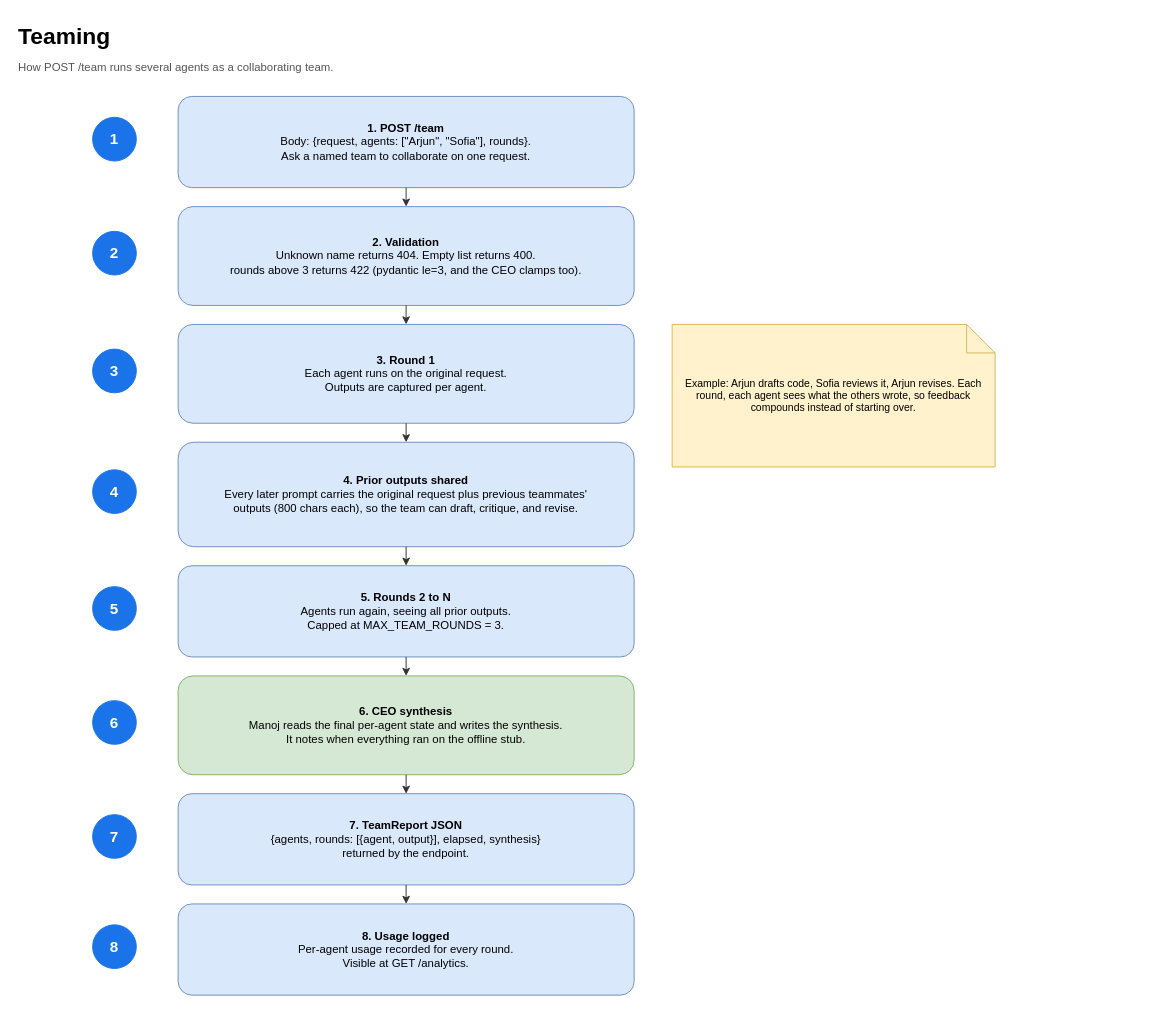
kagithamanoj/botropolis keeps this draw.io diagram as page "Teaming" (3 of 4) of docs/architecture.drawio. Above is the earlier version. Source tidied: cells renumbered, new cells numbered last; positions are measured from the earlier drawing's top-left corner, leaving out a move shared by most shapes. Both pictures are drawn from the tidied source at 95%, with x=0, y=0 at pixel (16, 16).
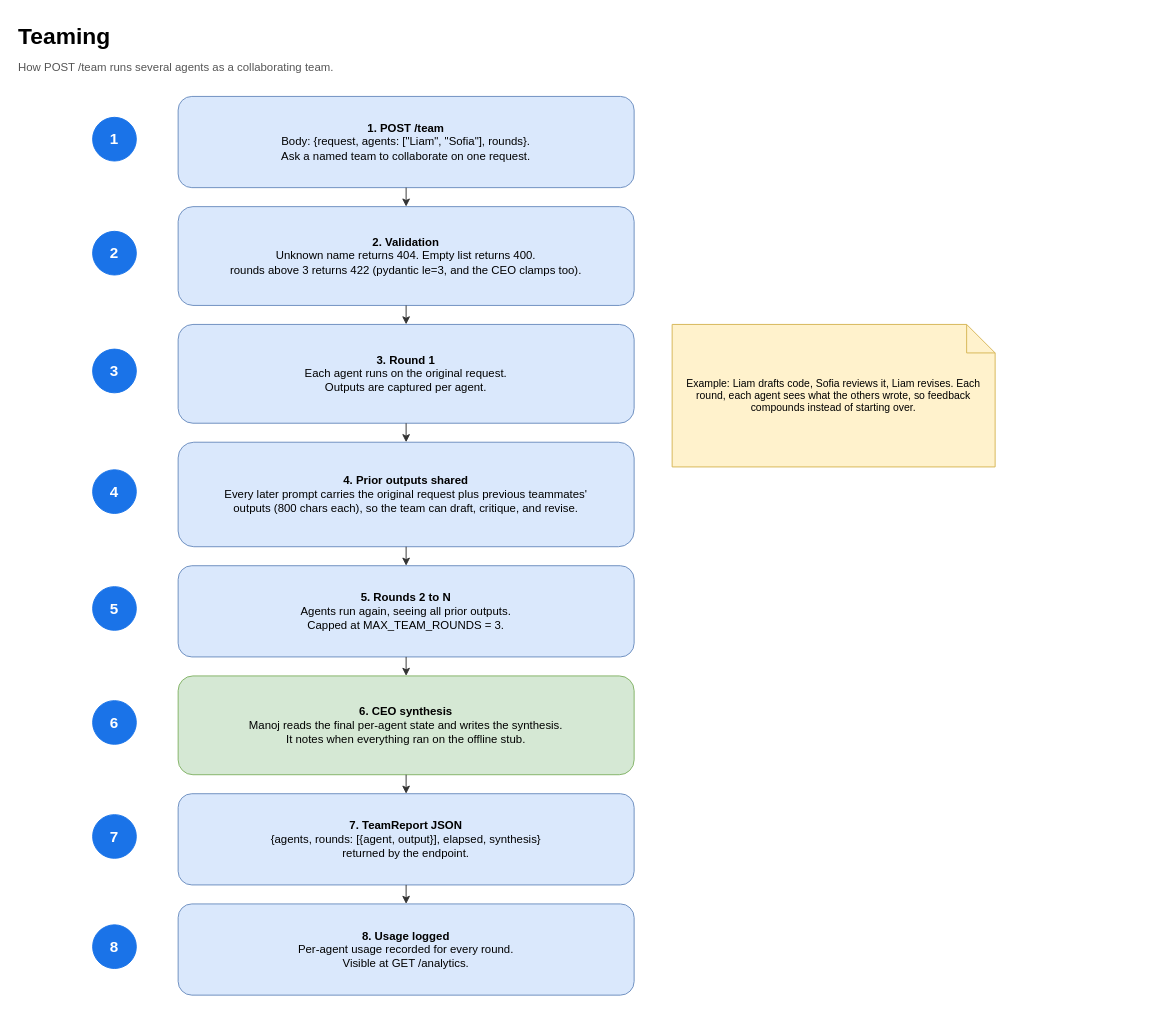
After the change.

The edit, as a diff of the source:
```diff
@@
-    <mxCell id="4" value="&lt;b&gt;1. POST /team&lt;/b&gt;&lt;br&gt;Body: {request, agents: [&quot;Arjun&quot;, &quot;Sofia&quot;], rounds}.&lt;br&gt;Ask a named team to collaborate on one request." style="rounded=1;whiteSpace=wrap;html=1;fillColor=#dae8fc;strokeColor=#6c8ebf;" parent="1" vertex="1">
+    <mxCell id="4" value="&lt;b&gt;1. POST /team&lt;/b&gt;&lt;br&gt;Body: {request, agents: [&quot;Liam&quot;, &quot;Sofia&quot;], rounds}.&lt;br&gt;Ask a named team to collaborate on one request." style="rounded=1;whiteSpace=wrap;html=1;fillColor=#dae8fc;strokeColor=#6c8ebf;" parent="1" vertex="1">
       <mxGeometry x="170" y="84" width="480" height="96" as="geometry" />
     </mxCell>
@@
-    <mxCell id="20" value="Example: Arjun drafts code, Sofia reviews it, Arjun revises. Each round, each agent sees what the others wrote, so feedback compounds instead of starting over." style="shape=note;whiteSpace=wrap;html=1;backgroundOutline=1;fillColor=#fff2cc;strokeColor=#d6b656;fontSize=11;" parent="1" vertex="1">
+    <mxCell id="20" value="Example: Liam drafts code, Sofia reviews it, Liam revises. Each round, each agent sees what the others wrote, so feedback compounds instead of starting over." style="shape=note;whiteSpace=wrap;html=1;backgroundOutline=1;fillColor=#fff2cc;strokeColor=#d6b656;fontSize=11;" parent="1" vertex="1">
       <mxGeometry x="690" y="324" width="340" height="150" as="geometry" />
     </mxCell>
```
